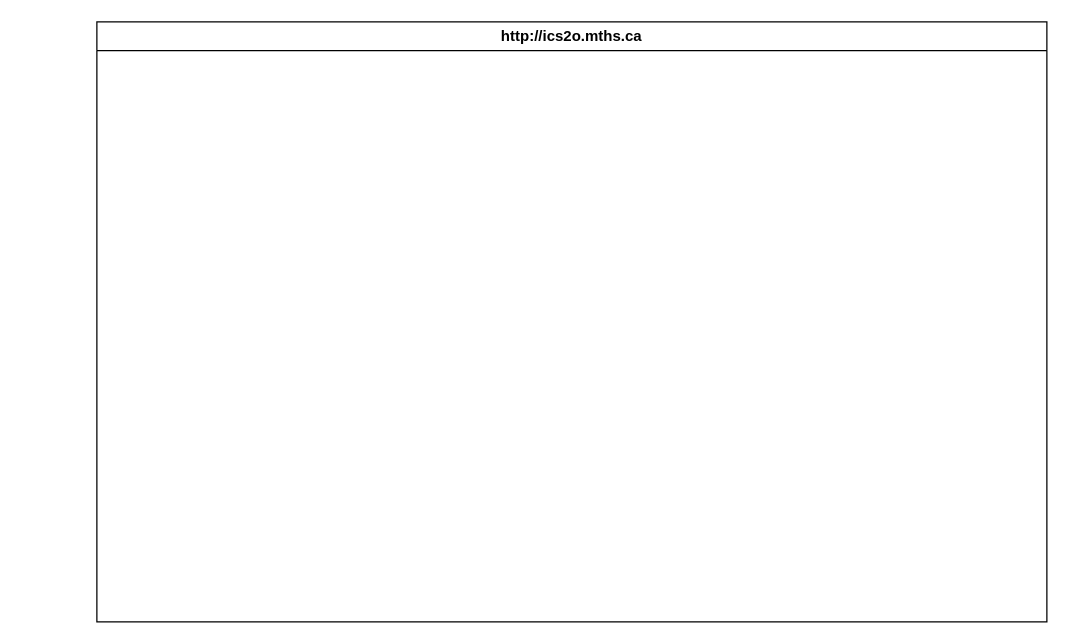
Above: design/storyboard.drawio in MTHS-ICD2O-1-2023/ICD2O-Unit-5-01-pablo-fiallos-granados (draw.io), before the change. Source tidied: cells renumbered, new cells numbered last; positions are measured from the earlier drawing's top-left corner, leaving out a move shared by most shapes. Both pictures are drawn from the tidied source at 125%, with x=0, y=0 at pixel (96, 21).
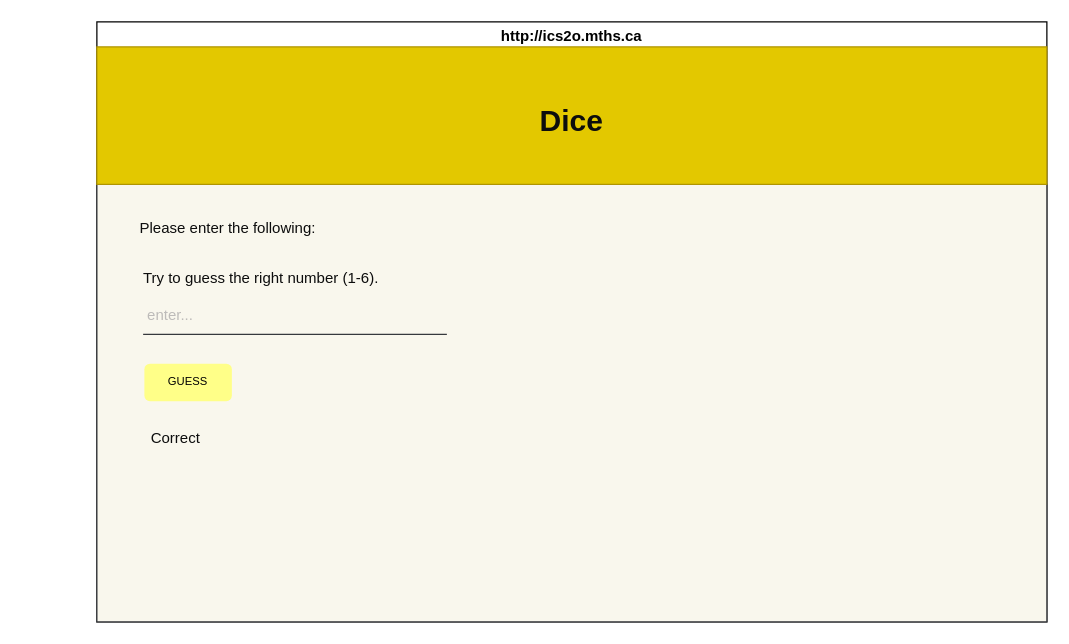
The same page after the edit.

Commit message (it also covers changes not shown here):
flowchart/storyboard

Diff of the diagram source:
```diff
@@
 <mxGraphModel>
   <root>
     <mxCell id="0" />
     <mxCell id="1" parent="0" />
     <mxCell id="2" value="http://ics2o.mths.ca" style="swimlane;whiteSpace=wrap;html=1;" parent="1" vertex="1">
       <mxGeometry width="760" height="480" as="geometry" />
     </mxCell>
+    <mxCell id="3" style="rounded=0;whiteSpace=wrap;html=1;fillColor=#f9f7ed;strokeColor=#36393d;fontSize=9;" parent="2" vertex="1">
+      <mxGeometry y="130" width="760" height="350" as="geometry" />
+    </mxCell>
+    <mxCell id="4" value="Please enter the following:" style="text;html=1;strokeColor=none;fillColor=none;align=center;verticalAlign=middle;whiteSpace=wrap;rounded=0;fontColor=#0D0D0D;" parent="2" vertex="1">
+      <mxGeometry x="30" y="150" width="150" height="30" as="geometry" />
+    </mxCell>
+    <mxCell id="5" value="Try to guess the right number (1-6)." style="text;html=1;strokeColor=none;fillColor=none;align=center;verticalAlign=middle;whiteSpace=wrap;rounded=0;fontColor=#0D0D0D;" parent="2" vertex="1">
+      <mxGeometry x="-20" y="190" width="303" height="30" as="geometry" />
+    </mxCell>
+    <mxCell id="6" style="endArrow=none;html=1;fontColor=#0D0D0D;jumpSize=5;fillColor=#eeeeee;strokeColor=#36393d;" parent="2" edge="1">
+      <mxGeometry relative="1" as="geometry">
+        <mxPoint x="37" y="250" as="sourcePoint" />
+        <mxPoint x="280" y="250" as="targetPoint" />
+      </mxGeometry>
+    </mxCell>
+    <mxCell id="7" value="enter..." style="text;html=1;strokeColor=none;fillColor=none;align=center;verticalAlign=middle;whiteSpace=wrap;rounded=0;fontColor=#BDBBB9;" parent="2" vertex="1">
+      <mxGeometry x="28" y="220" width="62" height="30" as="geometry" />
+    </mxCell>
+    <mxCell id="8" style="whiteSpace=wrap;html=1;fillColor=#e3c800;fontColor=#000000;strokeColor=#B09500;" parent="2" vertex="1">
+      <mxGeometry y="20" width="760" height="110" as="geometry" />
+    </mxCell>
+    <mxCell id="9" value="&lt;font color=&quot;#000000&quot; style=&quot;font-size: 9px;&quot;&gt;GUESS&lt;/font&gt;" style="rounded=1;whiteSpace=wrap;html=1;fillColor=#ffff88;strokeColor=none;fontSize=9;" parent="2" vertex="1">
+      <mxGeometry x="38" y="273.4" width="70" height="30" as="geometry" />
+    </mxCell>
+    <mxCell id="10" value="&lt;sup&gt;&lt;span style=&quot;font-size: 12px;&quot;&gt;Correct&lt;/span&gt;&amp;nbsp;&amp;nbsp;&lt;/sup&gt;" style="text;html=1;strokeColor=none;fillColor=none;align=center;verticalAlign=middle;whiteSpace=wrap;rounded=0;fontColor=#0D0D0D;" parent="2" vertex="1">
+      <mxGeometry x="-60" y="320" width="252" height="30" as="geometry" />
+    </mxCell>
+    <mxCell id="11" value="&lt;h1&gt;&lt;font color=&quot;#0d0d0d&quot;&gt;Dice&lt;/font&gt;&lt;/h1&gt;" style="text;html=1;strokeColor=none;fillColor=none;align=center;verticalAlign=middle;whiteSpace=wrap;rounded=0;" parent="1" vertex="1">
+      <mxGeometry x="160" y="20" width="440" height="120" as="geometry" />
+    </mxCell>
   </root>
 </mxGraphModel>
```
